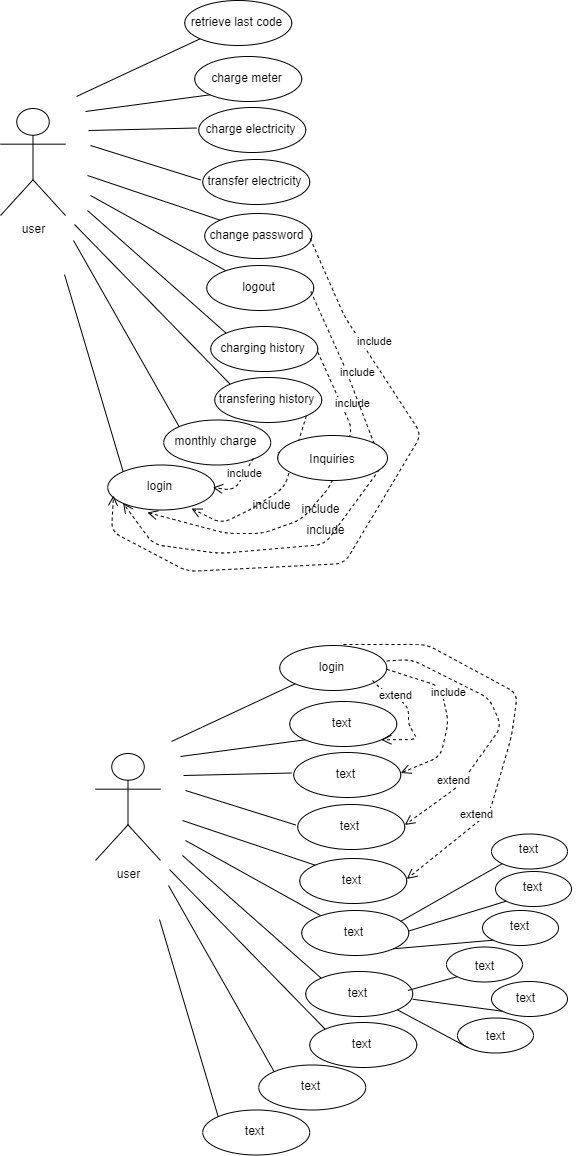
shamaabuhassan/Charts keeps this draw.io diagram as Untitled Diagram (3).png. Above is the earlier version. Source tidied: cells renumbered, new cells last; positions are measured from the earlier drawing's top-left corner, leaving out a move shared by most shapes.
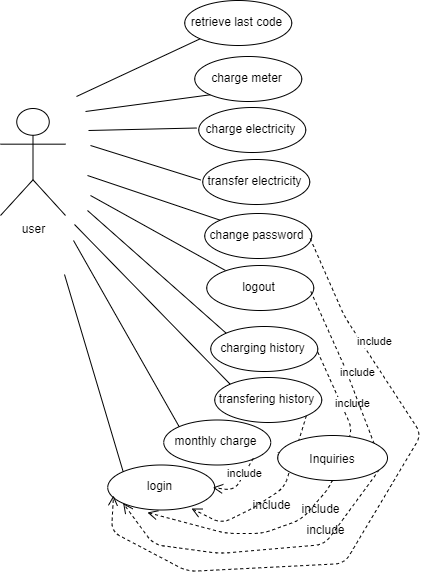
The same diagram one commit later.

What changed in the source:
```diff
@@ -146,219 +146,6 @@
         </Array>
       </mxGeometry>
     </mxCell>
-    <mxCell id="36" value="user" style="shape=umlActor;verticalLabelPosition=bottom;labelBackgroundColor=#ffffff;verticalAlign=top;html=1;" parent="1" vertex="1">
-      <mxGeometry x="95" y="753" width="65" height="107" as="geometry" />
-    </mxCell>
-    <mxCell id="37" style="ellipse;whiteSpace=wrap;html=1;" parent="1" vertex="1">
-      <mxGeometry x="279.2" y="645" width="107" height="45" as="geometry" />
-    </mxCell>
-    <mxCell id="38" value="login" style="text;html=1;strokeColor=none;fillColor=none;align=center;verticalAlign=middle;whiteSpace=wrap;rounded=0;" parent="1" vertex="1">
-      <mxGeometry x="277.2" y="655.5" width="109" height="20" as="geometry" />
-    </mxCell>
-    <mxCell id="39" style="endArrow=none;html=1;entryX=0;entryY=1;entryDx=0;entryDy=0;" parent="1" edge="1" target="37">
-      <mxGeometry relative="1" as="geometry">
-        <mxPoint x="171" y="741" as="sourcePoint" />
-      </mxGeometry>
-    </mxCell>
-    <mxCell id="40" style="ellipse;whiteSpace=wrap;html=1;" parent="1" vertex="1">
-      <mxGeometry x="289.2" y="701" width="107" height="45" as="geometry" />
-    </mxCell>
-    <mxCell id="41" value="text" style="text;html=1;strokeColor=none;fillColor=none;align=center;verticalAlign=middle;whiteSpace=wrap;rounded=0;" parent="1" vertex="1">
-      <mxGeometry x="287.2" y="711.5" width="109" height="20" as="geometry" />
-    </mxCell>
-    <mxCell id="42" style="endArrow=none;html=1;entryX=0;entryY=1;entryDx=0;entryDy=0;" parent="1" edge="1" target="40">
-      <mxGeometry relative="1" as="geometry">
-        <mxPoint x="180" y="756" as="sourcePoint" />
-      </mxGeometry>
-    </mxCell>
-    <mxCell id="43" style="ellipse;whiteSpace=wrap;html=1;" parent="1" vertex="1">
-      <mxGeometry x="293.2" y="752" width="107" height="45" as="geometry" />
-    </mxCell>
-    <mxCell id="44" value="text" style="text;html=1;strokeColor=none;fillColor=none;align=center;verticalAlign=middle;whiteSpace=wrap;rounded=0;" parent="1" vertex="1">
-      <mxGeometry x="291.2" y="762.5" width="109" height="20" as="geometry" />
-    </mxCell>
-    <mxCell id="45" style="endArrow=none;html=1;entryX=0;entryY=0.5;entryDx=0;entryDy=0;" parent="1" edge="1" target="44">
-      <mxGeometry relative="1" as="geometry">
-        <mxPoint x="183" y="775" as="sourcePoint" />
-      </mxGeometry>
-    </mxCell>
-    <mxCell id="46" style="ellipse;whiteSpace=wrap;html=1;" parent="1" vertex="1">
-      <mxGeometry x="297.2" y="804" width="107" height="45" as="geometry" />
-    </mxCell>
-    <mxCell id="47" value="text" style="text;html=1;strokeColor=none;fillColor=none;align=center;verticalAlign=middle;whiteSpace=wrap;rounded=0;" parent="1" vertex="1">
-      <mxGeometry x="295.2" y="814.5" width="109" height="20" as="geometry" />
-    </mxCell>
-    <mxCell id="48" style="endArrow=none;html=1;entryX=0;entryY=0.5;entryDx=0;entryDy=0;" parent="1" edge="1" target="47">
-      <mxGeometry relative="1" as="geometry">
-        <mxPoint x="185" y="790" as="sourcePoint" />
-      </mxGeometry>
-    </mxCell>
-    <mxCell id="49" style="ellipse;whiteSpace=wrap;html=1;" parent="1" vertex="1">
-      <mxGeometry x="299.2" y="858" width="107" height="45" as="geometry" />
-    </mxCell>
-    <mxCell id="50" value="text" style="text;html=1;strokeColor=none;fillColor=none;align=center;verticalAlign=middle;whiteSpace=wrap;rounded=0;" parent="1" vertex="1">
-      <mxGeometry x="297.2" y="868.5" width="109" height="20" as="geometry" />
-    </mxCell>
-    <mxCell id="51" style="endArrow=none;html=1;entryX=0;entryY=0;entryDx=0;entryDy=0;" parent="1" edge="1" target="49">
-      <mxGeometry relative="1" as="geometry">
-        <mxPoint x="182" y="820" as="sourcePoint" />
-      </mxGeometry>
-    </mxCell>
-    <mxCell id="52" style="ellipse;whiteSpace=wrap;html=1;" parent="1" vertex="1">
-      <mxGeometry x="301.2" y="910" width="107" height="45" as="geometry" />
-    </mxCell>
-    <mxCell id="53" value="text" style="text;html=1;strokeColor=none;fillColor=none;align=center;verticalAlign=middle;whiteSpace=wrap;rounded=0;" parent="1" vertex="1">
-      <mxGeometry x="299.2" y="920.5" width="109" height="20" as="geometry" />
-    </mxCell>
-    <mxCell id="54" style="endArrow=none;html=1;" parent="1" edge="1">
-      <mxGeometry relative="1" as="geometry">
-        <mxPoint x="185" y="840" as="sourcePoint" />
-        <mxPoint x="320" y="915" as="targetPoint" />
-      </mxGeometry>
-    </mxCell>
-    <mxCell id="55" style="ellipse;whiteSpace=wrap;html=1;" parent="1" vertex="1">
-      <mxGeometry x="305.2" y="971" width="107" height="45" as="geometry" />
-    </mxCell>
-    <mxCell id="56" value="text" style="text;html=1;strokeColor=none;fillColor=none;align=center;verticalAlign=middle;whiteSpace=wrap;rounded=0;" parent="1" vertex="1">
-      <mxGeometry x="303.2" y="981.5" width="109" height="20" as="geometry" />
-    </mxCell>
-    <mxCell id="57" style="endArrow=none;html=1;entryX=0;entryY=0;entryDx=0;entryDy=0;" parent="1" edge="1" target="55">
-      <mxGeometry relative="1" as="geometry">
-        <mxPoint x="182" y="855" as="sourcePoint" />
-      </mxGeometry>
-    </mxCell>
-    <mxCell id="58" style="ellipse;whiteSpace=wrap;html=1;" parent="1" vertex="1">
-      <mxGeometry x="309.2" y="1022" width="107" height="45" as="geometry" />
-    </mxCell>
-    <mxCell id="59" value="text" style="text;html=1;strokeColor=none;fillColor=none;align=center;verticalAlign=middle;whiteSpace=wrap;rounded=0;" parent="1" vertex="1">
-      <mxGeometry x="307.2" y="1032.5" width="109" height="20" as="geometry" />
-    </mxCell>
-    <mxCell id="60" style="endArrow=none;html=1;entryX=0;entryY=0;entryDx=0;entryDy=0;" parent="1" edge="1" target="58">
-      <mxGeometry relative="1" as="geometry">
-        <mxPoint x="169" y="869" as="sourcePoint" />
-      </mxGeometry>
-    </mxCell>
-    <mxCell id="61" style="ellipse;whiteSpace=wrap;html=1;" parent="1" vertex="1">
-      <mxGeometry x="258.2" y="1064.5" width="107" height="45" as="geometry" />
-    </mxCell>
-    <mxCell id="62" value="text" style="text;html=1;strokeColor=none;fillColor=none;align=center;verticalAlign=middle;whiteSpace=wrap;rounded=0;" parent="1" vertex="1">
-      <mxGeometry x="256.2" y="1075" width="109" height="20" as="geometry" />
-    </mxCell>
-    <mxCell id="63" style="endArrow=none;html=1;entryX=0;entryY=0;entryDx=0;entryDy=0;" parent="1" edge="1" target="61">
-      <mxGeometry relative="1" as="geometry">
-        <mxPoint x="168" y="885" as="sourcePoint" />
-      </mxGeometry>
-    </mxCell>
-    <mxCell id="64" style="ellipse;whiteSpace=wrap;html=1;" parent="1" vertex="1">
-      <mxGeometry x="202.2" y="1109.5" width="107" height="45" as="geometry" />
-    </mxCell>
-    <mxCell id="65" value="text" style="text;html=1;strokeColor=none;fillColor=none;align=center;verticalAlign=middle;whiteSpace=wrap;rounded=0;" parent="1" vertex="1">
-      <mxGeometry x="200.2" y="1120" width="109" height="20" as="geometry" />
-    </mxCell>
-    <mxCell id="66" style="endArrow=none;html=1;entryX=0;entryY=0;entryDx=0;entryDy=0;" parent="1" edge="1" target="64">
-      <mxGeometry relative="1" as="geometry">
-        <mxPoint x="159" y="919" as="sourcePoint" />
-      </mxGeometry>
-    </mxCell>
-    <mxCell id="67" value="include" style="html=1;verticalAlign=bottom;endArrow=open;dashed=1;endSize=8;exitX=1;exitY=1;exitDx=0;exitDy=0;entryX=1;entryY=0.5;entryDx=0;entryDy=0;" parent="1" edge="1" target="44">
-      <mxGeometry x="-0.14" y="5" relative="1" as="geometry">
-        <mxPoint x="386.2" y="668.8" as="sourcePoint" />
-        <Array as="points">
-          <mxPoint x="440" y="686" />
-          <mxPoint x="448" y="721" />
-          <mxPoint x="440" y="756" />
-        </Array>
-        <mxPoint x="-1" as="offset" />
-      </mxGeometry>
-    </mxCell>
-    <mxCell id="68" value="extend" style="html=1;verticalAlign=bottom;endArrow=open;dashed=1;endSize=8;entryX=1;entryY=1;entryDx=0;entryDy=0;" parent="1" edge="1" target="40">
-      <mxGeometry x="-0.45" y="-6" relative="1" as="geometry">
-        <mxPoint x="372" y="680" as="sourcePoint" />
-        <Array as="points">
-          <mxPoint x="381" y="689" />
-          <mxPoint x="408" y="705" />
-          <mxPoint x="408" y="724" />
-          <mxPoint x="417" y="739" />
-        </Array>
-      </mxGeometry>
-    </mxCell>
-    <mxCell id="69" value="extend" style="html=1;verticalAlign=bottom;endArrow=open;dashed=1;endSize=8;exitX=1;exitY=0.25;exitDx=0;exitDy=0;entryX=1;entryY=0.5;entryDx=0;entryDy=0;" parent="1" edge="1" source="38" target="47">
-      <mxGeometry x="0.57" relative="1" as="geometry">
-        <Array as="points">
-          <mxPoint x="411" y="659" />
-          <mxPoint x="489" y="698" />
-          <mxPoint x="501" y="726" />
-          <mxPoint x="459" y="785" />
-        </Array>
-      </mxGeometry>
-    </mxCell>
-    <mxCell id="70" value="extend" style="html=1;verticalAlign=bottom;endArrow=open;dashed=1;endSize=8;entryX=1;entryY=0.5;entryDx=0;entryDy=0;" parent="1" edge="1" target="50">
-      <mxGeometry x="0.57" relative="1" as="geometry">
-        <mxPoint x="343" y="644" as="sourcePoint" />
-        <Array as="points">
-          <mxPoint x="426" y="644" />
-          <mxPoint x="517" y="693" />
-          <mxPoint x="511" y="736" />
-          <mxPoint x="489" y="812" />
-        </Array>
-      </mxGeometry>
-    </mxCell>
-    <mxCell id="71" style="ellipse;whiteSpace=wrap;html=1;" parent="1" vertex="1">
-      <mxGeometry x="491" y="833.5" width="76" height="35" as="geometry" />
-    </mxCell>
-    <mxCell id="72" value="text" style="text;html=1;strokeColor=none;fillColor=none;align=center;verticalAlign=middle;whiteSpace=wrap;rounded=0;" parent="1" vertex="1">
-      <mxGeometry x="474" y="838" width="109" height="20" as="geometry" />
-    </mxCell>
-    <mxCell id="73" style="endArrow=none;html=1;exitX=0.924;exitY=0.025;exitDx=0;exitDy=0;exitPerimeter=0;entryX=0;entryY=1;entryDx=0;entryDy=0;" parent="1" edge="1" source="53" target="71">
-      <mxGeometry relative="1" as="geometry" />
-    </mxCell>
-    <mxCell id="74" style="ellipse;whiteSpace=wrap;html=1;" parent="1" vertex="1">
-      <mxGeometry x="495" y="871" width="76" height="35" as="geometry" />
-    </mxCell>
-    <mxCell id="75" value="text" style="text;html=1;strokeColor=none;fillColor=none;align=center;verticalAlign=middle;whiteSpace=wrap;rounded=0;" parent="1" vertex="1">
-      <mxGeometry x="478" y="875.5" width="109" height="20" as="geometry" />
-    </mxCell>
-    <mxCell id="76" style="endArrow=none;html=1;exitX=1;exitY=0.5;exitDx=0;exitDy=0;entryX=0;entryY=1;entryDx=0;entryDy=0;" parent="1" edge="1" source="53" target="74">
-      <mxGeometry relative="1" as="geometry" />
-    </mxCell>
-    <mxCell id="77" style="ellipse;whiteSpace=wrap;html=1;" parent="1" vertex="1">
-      <mxGeometry x="482" y="910" width="76" height="35" as="geometry" />
-    </mxCell>
-    <mxCell id="78" value="text" style="text;html=1;strokeColor=none;fillColor=none;align=center;verticalAlign=middle;whiteSpace=wrap;rounded=0;" parent="1" vertex="1">
-      <mxGeometry x="465" y="914.5" width="109" height="20" as="geometry" />
-    </mxCell>
-    <mxCell id="79" style="endArrow=none;html=1;exitX=1;exitY=1;exitDx=0;exitDy=0;entryX=0;entryY=1;entryDx=0;entryDy=0;" parent="1" edge="1" source="52" target="77">
-      <mxGeometry relative="1" as="geometry" />
-    </mxCell>
-    <mxCell id="80" style="ellipse;whiteSpace=wrap;html=1;" parent="1" vertex="1">
-      <mxGeometry x="446" y="946.5" width="76" height="35" as="geometry" />
-    </mxCell>
-    <mxCell id="81" style="endArrow=none;html=1;exitX=0.924;exitY=0.025;exitDx=0;exitDy=0;exitPerimeter=0;entryX=0;entryY=1;entryDx=0;entryDy=0;" parent="1" edge="1" target="80">
-      <mxGeometry relative="1" as="geometry">
-        <mxPoint x="407.4" y="990" as="sourcePoint" />
-      </mxGeometry>
-    </mxCell>
-    <mxCell id="82" style="ellipse;whiteSpace=wrap;html=1;" parent="1" vertex="1">
-      <mxGeometry x="491" y="981" width="76" height="35" as="geometry" />
-    </mxCell>
-    <mxCell id="83" style="endArrow=none;html=1;entryX=0;entryY=1;entryDx=0;entryDy=0;" parent="1" edge="1" source="56" target="82">
-      <mxGeometry relative="1" as="geometry" />
-    </mxCell>
-    <mxCell id="84" style="ellipse;whiteSpace=wrap;html=1;" parent="1" vertex="1">
-      <mxGeometry x="457" y="1017.5" width="76" height="35" as="geometry" />
-    </mxCell>
-    <mxCell id="85" style="endArrow=none;html=1;exitX=1;exitY=1;exitDx=0;exitDy=0;entryX=0;entryY=1;entryDx=0;entryDy=0;" parent="1" edge="1" source="55" target="84">
-      <mxGeometry relative="1" as="geometry" />
-    </mxCell>
-    <mxCell id="86" value="text" style="text;html=1;strokeColor=none;fillColor=none;align=center;verticalAlign=middle;whiteSpace=wrap;rounded=0;" parent="1" vertex="1">
-      <mxGeometry x="429.5" y="955" width="109" height="20" as="geometry" />
-    </mxCell>
-    <mxCell id="87" value="text" style="text;html=1;strokeColor=none;fillColor=none;align=center;verticalAlign=middle;whiteSpace=wrap;rounded=0;" parent="1" vertex="1">
-      <mxGeometry x="471" y="987" width="109" height="20" as="geometry" />
-    </mxCell>
-    <mxCell id="88" value="text" style="text;html=1;strokeColor=none;fillColor=none;align=center;verticalAlign=middle;whiteSpace=wrap;rounded=0;" parent="1" vertex="1">
-      <mxGeometry x="440.5" y="1025" width="109" height="20" as="geometry" />
-    </mxCell>
     <mxCell id="89" value="include" style="html=1;verticalAlign=bottom;endArrow=open;dashed=1;endSize=8;exitX=1;exitY=0.75;exitDx=0;exitDy=0;entryX=0;entryY=1;entryDx=0;entryDy=0;" parent="1" edge="1" target="30">
       <mxGeometry x="-0.6" y="7" relative="1" as="geometry">
         <mxPoint x="310.3" y="291" as="sourcePoint" />
```
